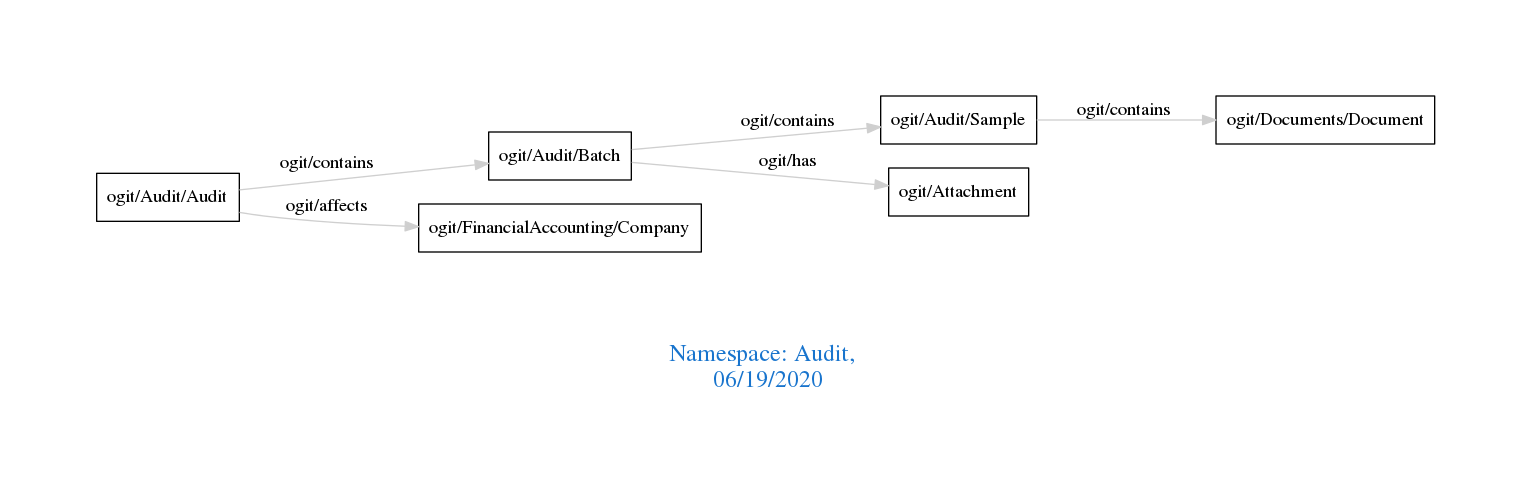
arago/OGIT keeps this Graphviz diagram as downloads/Audit.png. Above is the earlier version. Its source is kept beside it as downloads/Audit.dot.
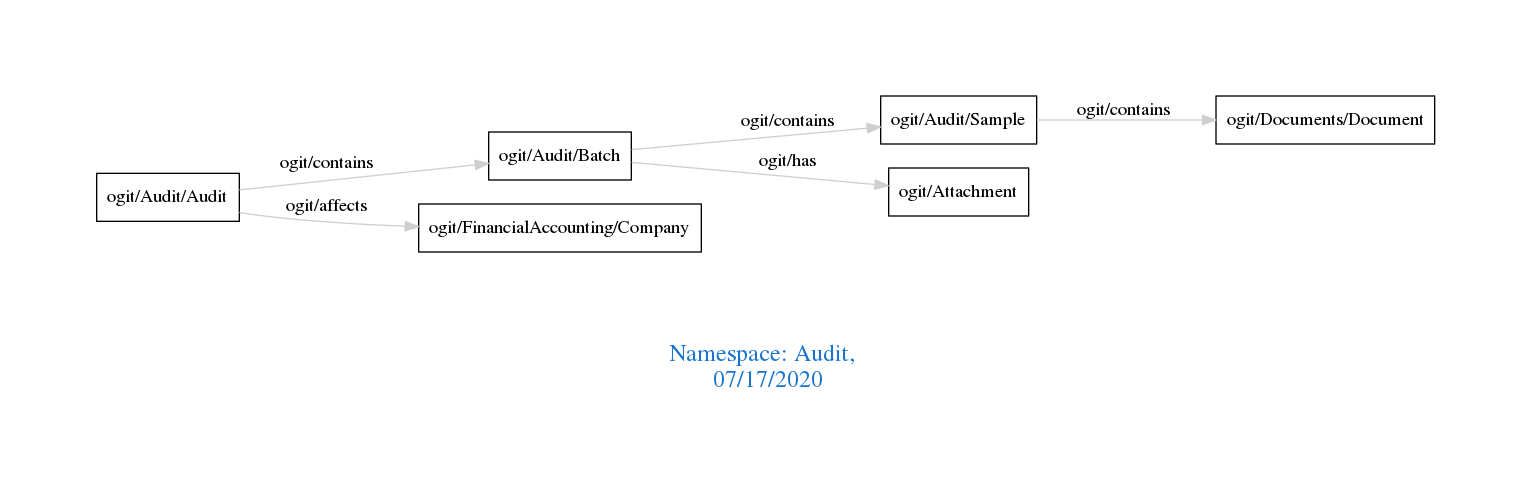
The same diagram one commit later.

The edit, as a diff of the source:
```diff
@@ -1,7 +1,7 @@
 digraph OGIT_ontology {
  graph [ rankdir= LR,pad=1
 fontsize = 18,
-fontcolor= dodgerblue3,label = "\n\n\nNamespace: Audit, \n 06/19/2020"];
+fontcolor= dodgerblue3,label = "\n\n\nNamespace: Audit, \n 07/17/2020"];
 node[shape=polygon];
 edge [  color="gray81"];
 
```
